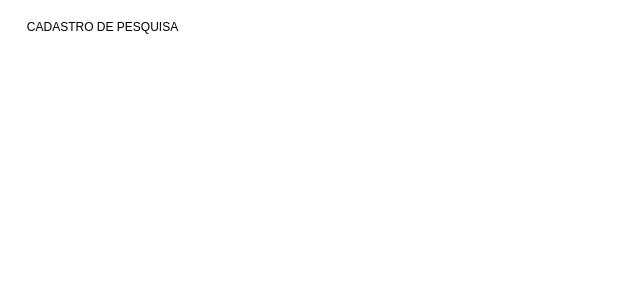
Before: diagrama_de_uso.drawio in leandro-henrique-hypera/diagramas, a draw.io diagram. Source tidied: cells renumbered, new cells numbered last; positions are measured from the earlier drawing's top-left corner, leaving out a move shared by most shapes. Both pictures are drawn from the tidied source at 100%, with x=0, y=0 at pixel (17, 17). Pictures stored in the file or linked from it are replaced by grey dashed boxes.
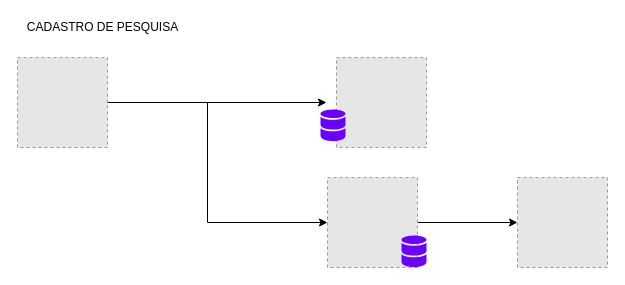
After the change.

Change to the diagram source:
```diff
@@
 <mxGraphModel>
   <root>
     <mxCell id="0" />
     <mxCell id="1" parent="0" />
     <mxCell id="2" value="CADASTRO DE PESQUISA" style="text;html=1;align=center;verticalAlign=middle;fillColor=none;strokeColor=none;rounded=0;" parent="1" vertex="1">
       <mxGeometry width="170" height="20" as="geometry" />
     </mxCell>
+    <mxCell id="3" style="edgeStyle=orthogonalEdgeStyle;rounded=0;jettySize=auto;html=1;exitX=1;exitY=0.5;exitDx=0;exitDy=0;" parent="1" edge="1" source="5">
+      <mxGeometry relative="1" as="geometry">
+        <mxPoint x="309" y="85" as="targetPoint" />
+      </mxGeometry>
+    </mxCell>
+    <mxCell id="4" style="edgeStyle=orthogonalEdgeStyle;rounded=0;jettySize=auto;html=1;exitX=1;exitY=0.5;exitDx=0;exitDy=0;entryX=0;entryY=0.5;entryDx=0;entryDy=0;" parent="1" edge="1" source="5" target="8">
+      <mxGeometry relative="1" as="geometry">
+        <Array as="points">
+          <mxPoint x="190" y="85" />
+          <mxPoint x="190" y="205" />
+        </Array>
+      </mxGeometry>
+    </mxCell>
+    <mxCell id="5" style="fillColor=#E6E6E6;strokeColor=#999999;dashed=1;verticalLabelPosition=bottom;verticalAlign=top;" parent="1" vertex="1">
+      <mxGeometry y="40" width="90" height="90" as="geometry" />
+    </mxCell>
+    <mxCell id="6" style="fillColor=#E6E6E6;strokeColor=#999999;dashed=1;verticalLabelPosition=bottom;verticalAlign=top;" parent="1" vertex="1">
+      <mxGeometry x="319" y="40" width="90" height="90" as="geometry" />
+    </mxCell>
+    <mxCell id="7" style="edgeStyle=orthogonalEdgeStyle;rounded=0;jettySize=auto;html=1;exitX=1;exitY=0.5;exitDx=0;exitDy=0;entryX=0;entryY=0.5;entryDx=0;entryDy=0;" parent="1" edge="1" source="8" target="9">
+      <mxGeometry relative="1" as="geometry" />
+    </mxCell>
+    <mxCell id="8" style="fillColor=#E6E6E6;strokeColor=#999999;dashed=1;verticalLabelPosition=bottom;verticalAlign=top;" parent="1" vertex="1">
+      <mxGeometry x="310" y="160" width="90" height="90" as="geometry" />
+    </mxCell>
+    <mxCell id="9" style="fillColor=#E6E6E6;strokeColor=#999999;dashed=1;verticalLabelPosition=bottom;verticalAlign=top;" parent="1" vertex="1">
+      <mxGeometry x="500" y="160" width="90" height="90" as="geometry" />
+    </mxCell>
+    <mxCell id="10" style="shadow=0;dashed=0;html=1;labelPosition=center;verticalLabelPosition=bottom;verticalAlign=top;align=center;shape=mxgraph.office.databases.database_mini_2;fillColor=#6a00ff;fontColor=#ffffff;strokeColor=none;" parent="1" vertex="1">
+      <mxGeometry x="303" y="92" width="25" height="32" as="geometry" />
+    </mxCell>
+    <mxCell id="11" style="shadow=0;dashed=0;html=1;labelPosition=center;verticalLabelPosition=bottom;verticalAlign=top;align=center;shape=mxgraph.office.databases.database_mini_2;fillColor=#6a00ff;fontColor=#ffffff;strokeColor=none;" parent="1" vertex="1">
+      <mxGeometry x="384" y="218" width="25" height="32" as="geometry" />
+    </mxCell>
   </root>
 </mxGraphModel>
```
